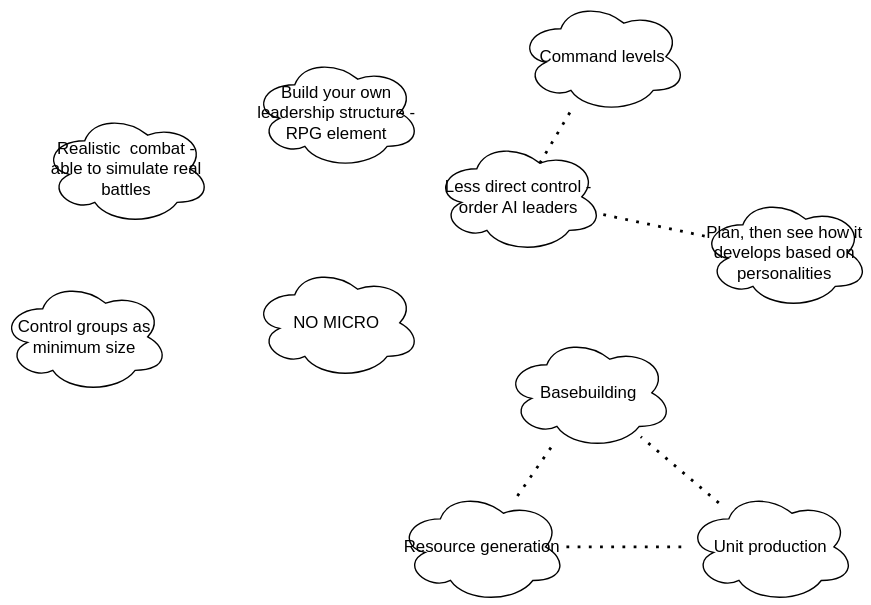
Before: design/initial/brainstorm.drawio.svg, a diagram exported from draw.io (danosted/prozerotype). Source tidied: cells renumbered, new cells last; positions are measured from the earlier drawing's top-left corner, leaving out a move shared by most shapes.
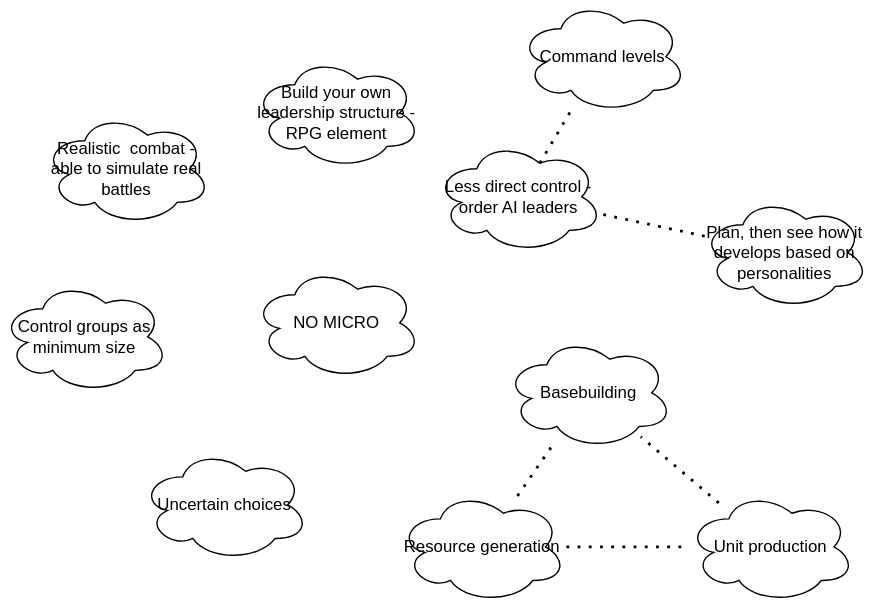
The same diagram one commit later.

The edit, as a diff of the source:
```diff
@@ -47,5 +47,8 @@
     <mxCell id="16" style="endArrow=none;dashed=1;html=1;dashPattern=1 3;strokeWidth=2;" parent="1" edge="1" source="12" target="13">
       <mxGeometry relative="1" as="geometry" />
     </mxCell>
+    <mxCell id="17" value="Uncertain choices" style="ellipse;shape=cloud;whiteSpace=wrap;html=1;" parent="1" vertex="1">
+      <mxGeometry x="100" y="320" width="120" height="80" as="geometry" />
+    </mxCell>
   </root>
 </mxGraphModel>
```
